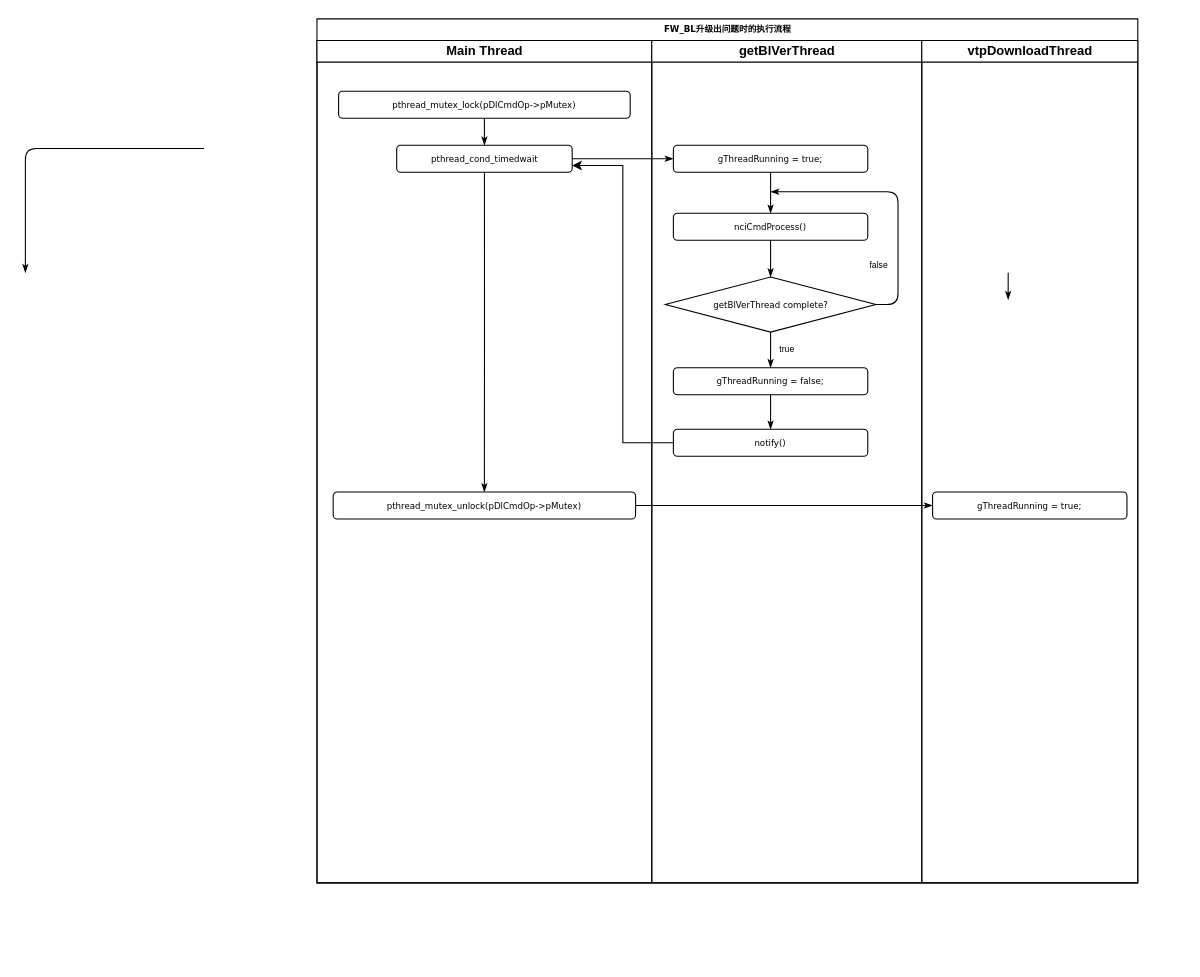
Above: flow_chart/Fc-FwBlUpgrade.drawio in SuperSources/draw.io (draw.io), before the change. Source tidied: cells renumbered, new cells numbered last; positions are measured from the earlier drawing's top-left corner, leaving out a move shared by most shapes. Both pictures are drawn from the tidied source at 108%, with x=0, y=0 at pixel (25, 18).
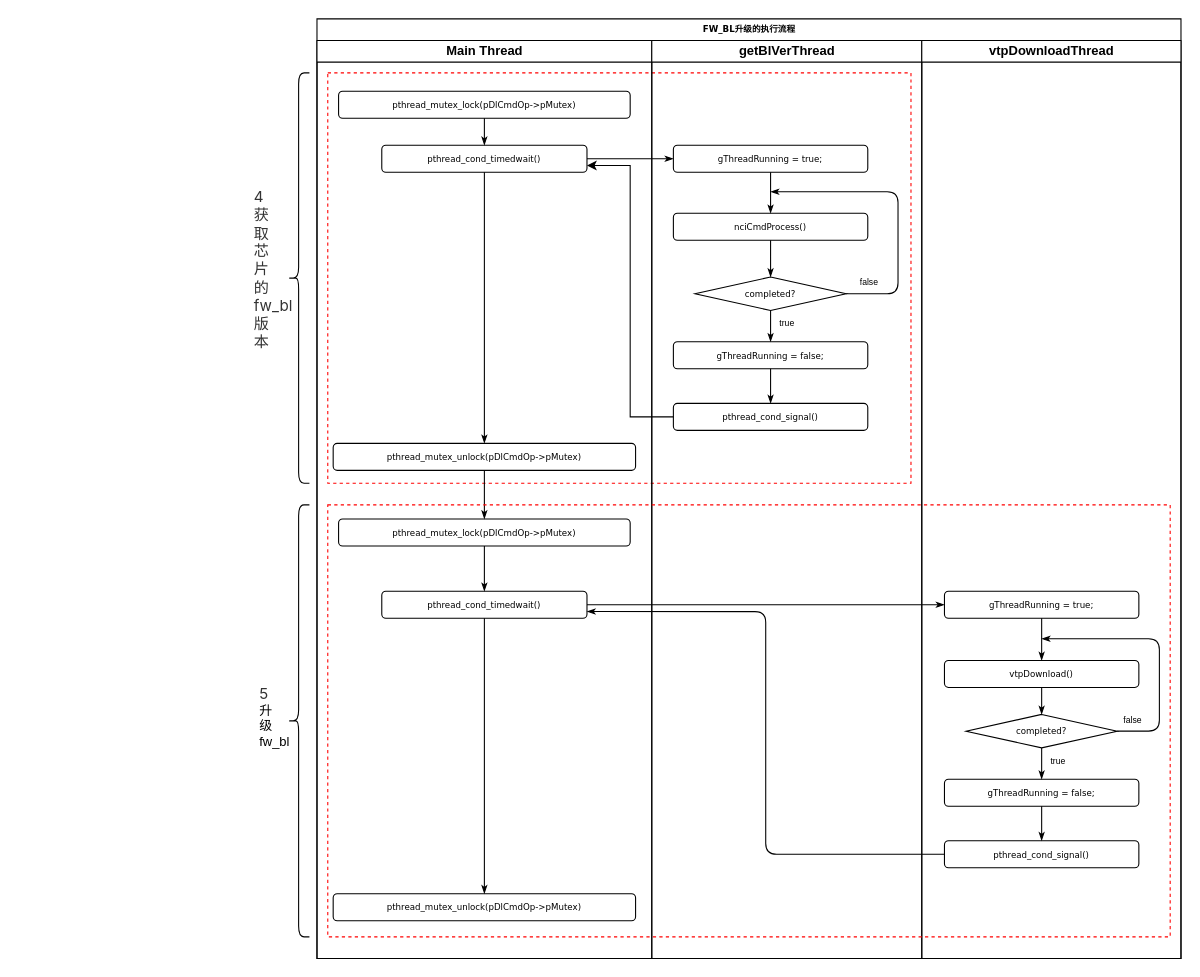
The same diagram, later.

Diff of the diagram source:
```diff
@@
+    <mxCell id="29" style="whiteSpace=wrap;html=1;dashed=1;fillColor=none;strokeColor=#FF0000;strokeWidth=1;" parent="1" vertex="1">
+      <mxGeometry x="280" y="50" width="540" height="380" as="geometry" />
+    </mxCell>
-    <mxCell id="2" value="FW_BL升级出问题时的执行流程" style="swimlane;html=1;startSize=20;rounded=0;shadow=0;labelBackgroundColor=none;strokeWidth=1;fontFamily=Verdana;fontSize=8;align=center;" parent="1" vertex="1">
-      <mxGeometry x="270" width="760" height="800" as="geometry" />
+    <mxCell id="2" value="FW_BL升级的执行流程" style="swimlane;html=1;startSize=20;rounded=0;shadow=0;labelBackgroundColor=none;strokeWidth=1;fontFamily=Verdana;fontSize=8;align=center;" parent="1" vertex="1">
+      <mxGeometry x="270" width="800" height="870" as="geometry" />
     </mxCell>
     <mxCell id="3" value="Main Thread" style="swimlane;html=1;startSize=20;" parent="2" vertex="1">
-      <mxGeometry y="20" width="310" height="780" as="geometry" />
+      <mxGeometry y="20" width="310" height="850" as="geometry" />
     </mxCell>
-    <mxCell id="4" value="pthread_cond_timedwait" style="rounded=1;whiteSpace=wrap;html=1;shadow=0;labelBackgroundColor=none;strokeWidth=1;fontFamily=Verdana;fontSize=8;align=center;" parent="3" vertex="1">
-      <mxGeometry x="73.8" y="97" width="162.5" height="25" as="geometry" />
+    <mxCell id="4" value="pthread_cond_timedwait()" style="rounded=1;whiteSpace=wrap;html=1;shadow=0;labelBackgroundColor=none;strokeWidth=1;fontFamily=Verdana;fontSize=8;align=center;" parent="3" vertex="1">
+      <mxGeometry x="60" y="97" width="190" height="25" as="geometry" />
     </mxCell>
     <mxCell id="5" value="pthread_mutex_unlock(pDlCmdOp-&amp;gt;pMutex)" style="rounded=1;whiteSpace=wrap;html=1;shadow=0;labelBackgroundColor=none;strokeWidth=1;fontFamily=Verdana;fontSize=8;align=center;" parent="3" vertex="1">
-      <mxGeometry x="15" y="418" width="280" height="25" as="geometry" />
+      <mxGeometry x="15" y="373" width="280" height="25" as="geometry" />
     </mxCell>
@@
+    <mxCell id="30" value="pthread_cond_timedwait()" style="rounded=1;whiteSpace=wrap;html=1;shadow=0;labelBackgroundColor=none;strokeWidth=1;fontFamily=Verdana;fontSize=8;align=center;" parent="3" vertex="1">
+      <mxGeometry x="60" y="510" width="190" height="25" as="geometry" />
+    </mxCell>
+    <mxCell id="31" value="pthread_mutex_unlock(pDlCmdOp-&amp;gt;pMutex)" style="rounded=1;whiteSpace=wrap;html=1;shadow=0;labelBackgroundColor=none;strokeWidth=1;fontFamily=Verdana;fontSize=8;align=center;" parent="3" vertex="1">
+      <mxGeometry x="15" y="790" width="280" height="25" as="geometry" />
+    </mxCell>
+    <mxCell id="32" value="pthread_mutex_lock(pDlCmdOp-&amp;gt;pMutex)" style="rounded=1;whiteSpace=wrap;html=1;shadow=0;labelBackgroundColor=none;strokeWidth=1;fontFamily=Verdana;fontSize=8;align=center;" parent="3" vertex="1">
+      <mxGeometry x="20" y="443" width="270" height="25" as="geometry" />
+    </mxCell>
+    <mxCell id="33" style="edgeStyle=orthogonalEdgeStyle;rounded=1;html=1;labelBackgroundColor=none;startArrow=none;startFill=0;startSize=5;endArrow=classicThin;endFill=1;endSize=5;jettySize=auto;strokeWidth=1;fontFamily=Verdana;fontSize=8;exitX=0.5;exitY=1;exitDx=0;exitDy=0;entryX=0.5;entryY=0;entryDx=0;entryDy=0;" parent="3" edge="1" source="32" target="30">
+      <mxGeometry relative="1" as="geometry" />
+    </mxCell>
+    <mxCell id="34" style="edgeStyle=orthogonalEdgeStyle;rounded=1;html=1;labelBackgroundColor=none;startArrow=none;startFill=0;startSize=5;endArrow=classicThin;endFill=1;endSize=5;jettySize=auto;strokeWidth=1;fontFamily=Verdana;fontSize=8;exitX=0.5;exitY=1;exitDx=0;exitDy=0;" parent="3" edge="1" source="30" target="31">
+      <mxGeometry relative="1" as="geometry" />
+    </mxCell>
+    <mxCell id="35" style="edgeStyle=orthogonalEdgeStyle;rounded=1;html=1;labelBackgroundColor=none;startArrow=none;startFill=0;startSize=5;endArrow=classicThin;endFill=1;endSize=5;jettySize=auto;strokeWidth=1;fontFamily=Verdana;fontSize=8;exitX=0.5;exitY=1;exitDx=0;exitDy=0;entryX=0.5;entryY=0;entryDx=0;entryDy=0;" parent="3" edge="1" source="5" target="32">
+      <mxGeometry relative="1" as="geometry" />
+    </mxCell>
@@
     <mxCell id="10" value="getBlVerThread" style="swimlane;html=1;startSize=20;" parent="2" vertex="1">
-      <mxGeometry x="310" y="20" width="250" height="780" as="geometry" />
+      <mxGeometry x="310" y="20" width="250" height="850" as="geometry" />
     </mxCell>
@@
-    <mxCell id="12" value="notify()" style="rounded=1;whiteSpace=wrap;html=1;shadow=0;labelBackgroundColor=none;strokeWidth=1;fontFamily=Verdana;fontSize=8;align=center;" parent="10" vertex="1">
-      <mxGeometry x="20" y="360" width="180" height="25" as="geometry" />
+    <mxCell id="12" value="pthread_cond_signal()" style="rounded=1;whiteSpace=wrap;html=1;shadow=0;labelBackgroundColor=none;strokeWidth=1;fontFamily=Verdana;fontSize=8;align=center;" parent="10" vertex="1">
+      <mxGeometry x="20" y="336" width="180" height="25" as="geometry" />
     </mxCell>
-    <mxCell id="13" value="getBlVerThread complete?" style="rhombus;whiteSpace=wrap;html=1;rounded=0;shadow=0;labelBackgroundColor=none;strokeWidth=1;fontFamily=Verdana;fontSize=8;align=center;" parent="10" vertex="1">
-      <mxGeometry x="12.5" y="219" width="195" height="51" as="geometry" />
+    <mxCell id="13" value="completed?" style="rhombus;whiteSpace=wrap;html=1;rounded=0;shadow=0;labelBackgroundColor=none;strokeWidth=1;fontFamily=Verdana;fontSize=8;align=center;" parent="10" vertex="1">
+      <mxGeometry x="40" y="219" width="140" height="31" as="geometry" />
     </mxCell>
     <mxCell id="14" value="gThreadRunning = false;" style="rounded=1;whiteSpace=wrap;html=1;shadow=0;labelBackgroundColor=none;strokeWidth=1;fontFamily=Verdana;fontSize=8;align=center;" parent="10" vertex="1">
-      <mxGeometry x="20" y="303" width="180" height="25" as="geometry" />
+      <mxGeometry x="20" y="279" width="180" height="25" as="geometry" />
     </mxCell>
@@
     <mxCell id="16" value="true" style="text;html=1;align=center;verticalAlign=middle;fillColor=none;strokeColor=none;rounded=0;fontSize=8;" parent="10" vertex="1">
-      <mxGeometry x="105" y="271" width="40" height="30" as="geometry" />
+      <mxGeometry x="105" y="247" width="40" height="30" as="geometry" />
     </mxCell>
@@
     <mxCell id="20" value="false" style="text;html=1;align=center;verticalAlign=middle;fillColor=none;strokeColor=none;rounded=0;fontSize=8;" parent="10" vertex="1">
-      <mxGeometry x="185" y="193" width="50" height="30" as="geometry" />
+      <mxGeometry x="176" y="209" width="50" height="30" as="geometry" />
     </mxCell>
@@
     <mxCell id="22" value="vtpDownloadThread" style="swimlane;html=1;startSize=20;" parent="2" vertex="1">
-      <mxGeometry x="560" y="20" width="200" height="780" as="geometry" />
+      <mxGeometry x="560" y="20" width="240" height="850" as="geometry" />
     </mxCell>
-    <mxCell id="23" style="edgeStyle=orthogonalEdgeStyle;rounded=1;html=1;labelBackgroundColor=none;startArrow=none;startFill=0;startSize=5;endArrow=classicThin;endFill=1;endSize=5;jettySize=auto;orthogonalLoop=1;strokeWidth=1;fontFamily=Verdana;fontSize=8;" parent="22" edge="1">
-      <mxGeometry relative="1" as="geometry">
-        <mxPoint x="80" y="215" as="sourcePoint" />
-        <mxPoint x="80" y="240" as="targetPoint" />
-      </mxGeometry>
-    </mxCell>
     <mxCell id="24" value="gThreadRunning = true;" style="rounded=1;whiteSpace=wrap;html=1;shadow=0;labelBackgroundColor=none;strokeWidth=1;fontFamily=Verdana;fontSize=8;align=center;" parent="22" vertex="1">
-      <mxGeometry x="10" y="418" width="180" height="25" as="geometry" />
+      <mxGeometry x="21" y="510" width="180" height="25" as="geometry" />
     </mxCell>
+    <mxCell id="36" value="vtpDownload()" style="rounded=1;whiteSpace=wrap;html=1;shadow=0;labelBackgroundColor=none;strokeWidth=1;fontFamily=Verdana;fontSize=8;align=center;" parent="22" vertex="1">
+      <mxGeometry x="21" y="574" width="180" height="25" as="geometry" />
+    </mxCell>
+    <mxCell id="37" value="pthread_cond_signal()" style="rounded=1;whiteSpace=wrap;html=1;shadow=0;labelBackgroundColor=none;strokeWidth=1;fontFamily=Verdana;fontSize=8;align=center;" parent="22" vertex="1">
+      <mxGeometry x="21" y="741" width="180" height="25" as="geometry" />
+    </mxCell>
+    <mxCell id="38" value="completed?" style="rhombus;whiteSpace=wrap;html=1;rounded=0;shadow=0;labelBackgroundColor=none;strokeWidth=1;fontFamily=Verdana;fontSize=8;align=center;" parent="22" vertex="1">
+      <mxGeometry x="41" y="624" width="140" height="31" as="geometry" />
+    </mxCell>
+    <mxCell id="39" value="gThreadRunning = false;" style="rounded=1;whiteSpace=wrap;html=1;shadow=0;labelBackgroundColor=none;strokeWidth=1;fontFamily=Verdana;fontSize=8;align=center;" parent="22" vertex="1">
+      <mxGeometry x="21" y="684" width="180" height="25" as="geometry" />
+    </mxCell>
+    <mxCell id="40" style="edgeStyle=orthogonalEdgeStyle;rounded=1;html=1;labelBackgroundColor=none;startArrow=none;startFill=0;startSize=5;endArrow=classicThin;endFill=1;endSize=5;jettySize=auto;strokeWidth=1;fontFamily=Verdana;fontSize=8;exitX=0.5;exitY=1;exitDx=0;exitDy=0;entryX=0.5;entryY=0;entryDx=0;entryDy=0;" parent="22" edge="1" source="38" target="39">
+      <mxGeometry relative="1" as="geometry" />
+    </mxCell>
+    <mxCell id="41" value="true" style="text;html=1;align=center;verticalAlign=middle;fillColor=none;strokeColor=none;rounded=0;fontSize=8;" parent="22" vertex="1">
+      <mxGeometry x="106" y="652" width="40" height="30" as="geometry" />
+    </mxCell>
+    <mxCell id="42" style="edgeStyle=orthogonalEdgeStyle;rounded=1;html=1;labelBackgroundColor=none;startArrow=none;startFill=0;startSize=5;endArrow=classicThin;endFill=1;endSize=5;jettySize=auto;strokeWidth=1;fontFamily=Verdana;fontSize=8;exitX=0.5;exitY=1;exitDx=0;exitDy=0;entryX=0.5;entryY=0;entryDx=0;entryDy=0;" parent="22" edge="1" source="39" target="37">
+      <mxGeometry relative="1" as="geometry" />
+    </mxCell>
+    <mxCell id="43" style="edgeStyle=orthogonalEdgeStyle;rounded=1;html=1;labelBackgroundColor=none;startArrow=none;startFill=0;startSize=5;endArrow=classicThin;endFill=1;endSize=5;jettySize=auto;strokeWidth=1;fontFamily=Verdana;fontSize=8;exitX=0.5;exitY=1;exitDx=0;exitDy=0;" parent="22" edge="1" source="24">
+      <mxGeometry relative="1" as="geometry">
+        <mxPoint x="111" y="574" as="targetPoint" />
+      </mxGeometry>
+    </mxCell>
+    <mxCell id="44" style="edgeStyle=orthogonalEdgeStyle;rounded=1;html=1;labelBackgroundColor=none;startArrow=none;startFill=0;startSize=5;endArrow=classicThin;endFill=1;endSize=5;jettySize=auto;strokeWidth=1;fontFamily=Verdana;fontSize=8;exitX=0.5;exitY=1;exitDx=0;exitDy=0;entryX=0.5;entryY=0;entryDx=0;entryDy=0;" parent="22" edge="1" source="36" target="38">
+      <mxGeometry relative="1" as="geometry" />
+    </mxCell>
+    <mxCell id="45" value="false" style="text;html=1;align=center;verticalAlign=middle;fillColor=none;strokeColor=none;rounded=0;fontSize=8;" parent="22" vertex="1">
+      <mxGeometry x="170" y="614" width="50" height="30" as="geometry" />
+    </mxCell>
@@
-    <mxCell id="26" style="edgeStyle=orthogonalEdgeStyle;rounded=1;html=1;labelBackgroundColor=none;startArrow=none;startFill=0;startSize=5;endArrow=classicThin;endFill=1;endSize=5;jettySize=auto;strokeWidth=1;fontFamily=Verdana;fontSize=8;entryX=0;entryY=0.5;entryDx=0;entryDy=0;exitX=1;exitY=0.5;exitDx=0;exitDy=0;" parent="2" edge="1" source="5" target="24">
-      <mxGeometry relative="1" as="geometry" />
-    </mxCell>
-    <mxCell id="27" style="edgeStyle=orthogonalEdgeStyle;rounded=1;html=1;labelBackgroundColor=none;startArrow=none;startFill=0;startSize=5;endArrow=classicThin;endFill=1;endSize=5;jettySize=auto;orthogonalLoop=1;strokeWidth=1;fontFamily=Verdana;fontSize=8;" parent="1" edge="1">
-      <mxGeometry relative="1" as="geometry">
-        <mxPoint x="120" y="120" as="sourcePoint" />
-        <mxPoint y="235" as="targetPoint" />
-        <Array as="points">
-          <mxPoint x="170" y="120" />
-          <mxPoint y="120" />
-        </Array>
-      </mxGeometry>
-    </mxCell>
+    <mxCell id="46" style="edgeStyle=orthogonalEdgeStyle;rounded=1;html=1;labelBackgroundColor=none;startArrow=none;startFill=0;startSize=5;endArrow=classicThin;endFill=1;endSize=5;jettySize=auto;strokeWidth=1;fontFamily=Verdana;fontSize=8;entryX=0;entryY=0.5;entryDx=0;entryDy=0;exitX=1;exitY=0.5;exitDx=0;exitDy=0;" parent="2" edge="1" source="30" target="24">
+      <mxGeometry relative="1" as="geometry" />
+    </mxCell>
+    <mxCell id="47" style="edgeStyle=orthogonalEdgeStyle;rounded=1;html=1;labelBackgroundColor=none;startArrow=none;startFill=0;startSize=5;endArrow=classicThin;endFill=1;endSize=5;jettySize=auto;strokeWidth=1;fontFamily=Verdana;fontSize=8;exitX=0;exitY=0.5;exitDx=0;exitDy=0;entryX=1;entryY=0.75;entryDx=0;entryDy=0;" parent="2" edge="1" source="37" target="30">
+      <mxGeometry relative="1" as="geometry" />
+    </mxCell>
     <mxCell id="28" style="edgeStyle=orthogonalEdgeStyle;rounded=1;html=1;labelBackgroundColor=none;startArrow=none;startFill=0;startSize=5;endArrow=classicThin;endFill=1;endSize=5;jettySize=auto;strokeWidth=1;fontFamily=Verdana;fontSize=8;exitX=1;exitY=0.5;exitDx=0;exitDy=0;" parent="1" edge="1" source="13">
       <mxGeometry relative="1" as="geometry">
         <mxPoint x="690" y="160" as="targetPoint" />
         <Array as="points">
-          <mxPoint x="808" y="265" />
+          <mxPoint x="808" y="254" />
           <mxPoint x="808" y="160" />
         </Array>
       </mxGeometry>
     </mxCell>
+    <mxCell id="48" style="edgeStyle=orthogonalEdgeStyle;rounded=1;html=1;labelBackgroundColor=none;startArrow=none;startFill=0;startSize=5;endArrow=classicThin;endFill=1;endSize=5;jettySize=auto;strokeWidth=1;fontFamily=Verdana;fontSize=8;exitX=1;exitY=0.5;exitDx=0;exitDy=0;" parent="1" edge="1" source="38">
+      <mxGeometry relative="1" as="geometry">
+        <mxPoint x="941" y="574" as="targetPoint" />
+        <Array as="points">
+          <mxPoint x="1050" y="660" />
+          <mxPoint x="1050" y="574" />
+        </Array>
+      </mxGeometry>
+    </mxCell>
+    <mxCell id="49" style="whiteSpace=wrap;html=1;dashed=1;strokeColor=#FF0000;strokeWidth=1;fillColor=none;" parent="1" vertex="1">
+      <mxGeometry x="280" y="450" width="780" height="400" as="geometry" />
+    </mxCell>
+    <mxCell id="50" style="shape=curlyBracket;whiteSpace=wrap;html=1;rounded=1;strokeColor=#000000;strokeWidth=1;fillColor=none;" parent="1" vertex="1">
+      <mxGeometry x="243" y="50" width="20" height="380" as="geometry" />
+    </mxCell>
+    <mxCell id="51" value="&lt;span style=&quot;color: rgb(51, 51, 51); font-family: -apple-system, BlinkMacSystemFont, &amp;quot;Segoe UI&amp;quot;, Roboto, Oxygen, Ubuntu, &amp;quot;Fira Sans&amp;quot;, &amp;quot;Droid Sans&amp;quot;, &amp;quot;Helvetica Neue&amp;quot;, sans-serif; font-size: 14px; font-style: normal; font-variant-ligatures: normal; font-variant-caps: normal; font-weight: 400; letter-spacing: normal; orphans: 2; text-align: left; text-indent: 0px; text-transform: none; widows: 2; word-spacing: 0px; -webkit-text-stroke-width: 0px; background-color: rgb(255, 255, 255); text-decoration-style: initial; text-decoration-color: initial; float: none; display: inline !important;&quot;&gt;4&lt;br&gt;获&lt;br&gt;取&lt;br&gt;芯&lt;br&gt;片&lt;br&gt;的&lt;br&gt;fw_bl&lt;br&gt;版&lt;br&gt;本&lt;/span&gt;" style="text;whiteSpace=wrap;html=1;" parent="1" vertex="1">
+      <mxGeometry x="210" y="150" width="180" height="40" as="geometry" />
+    </mxCell>
+    <mxCell id="52" style="shape=curlyBracket;whiteSpace=wrap;html=1;rounded=1;strokeColor=#000000;strokeWidth=1;fillColor=none;" parent="1" vertex="1">
+      <mxGeometry x="243" y="450" width="20" height="400" as="geometry" />
+    </mxCell>
+    <mxCell id="53" value="&lt;font face=&quot;-apple-system, BlinkMacSystemFont, Segoe UI, Roboto, Oxygen, Ubuntu, Fira Sans, Droid Sans, Helvetica Neue, sans-serif&quot; color=&quot;#333333&quot;&gt;&lt;span style=&quot;font-size: 14px; background-color: rgb(255, 255, 255);&quot;&gt;5&lt;br&gt;&lt;/span&gt;&lt;/font&gt;升&lt;br&gt;级&lt;br&gt;fw_bl" style="text;whiteSpace=wrap;html=1;" parent="1" vertex="1">
+      <mxGeometry x="215" y="610" width="180" height="40" as="geometry" />
+    </mxCell>
```
